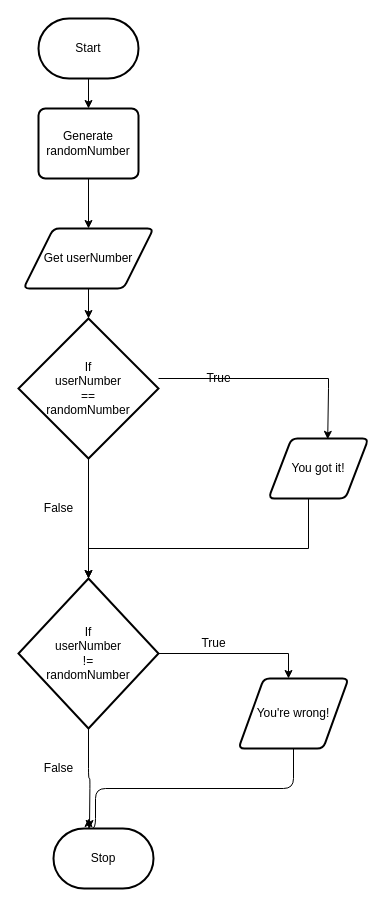
Earlier version of the draw.io diagram design/flowchart.drawio (MTHS-ICD2O-1-2023/ICD2O-Unit-5-01-fetuha-gebremekeal). Source tidied: cells renumbered, new cells numbered last; positions are measured from the earlier drawing's top-left corner, leaving out a move shared by most shapes. Both pictures are drawn from the tidied source at 100%, with x=0, y=0 at pixel (18, 18).
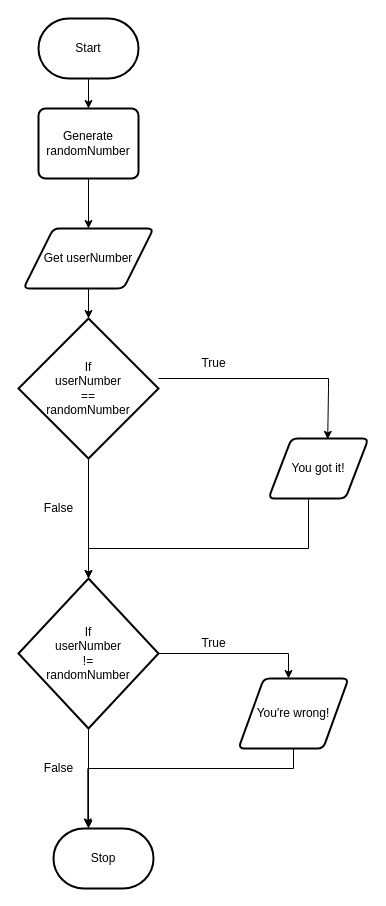
The same diagram, later.

Unchanged cells that the change refers to:
```xml
<mxCell id="4" value="Stop" style="strokeWidth=2;html=1;shape=mxgraph.flowchart.terminator;whiteSpace=wrap;" parent="1" vertex="1">
  <mxGeometry x="35" y="810" width="100" height="60" as="geometry" />
</mxCell>
<mxCell id="17" value="If&lt;br&gt;userNumber&lt;br&gt;!=&lt;br&gt;randomNumber" style="strokeWidth=2;html=1;shape=mxgraph.flowchart.decision;whiteSpace=wrap;" parent="1" vertex="1">
  <mxGeometry y="560" width="140" height="150" as="geometry" />
</mxCell>
<mxCell id="20" value="You're wrong!" style="shape=parallelogram;html=1;strokeWidth=2;perimeter=parallelogramPerimeter;whiteSpace=wrap;rounded=1;arcSize=12;size=0.23;fontFamily=Helvetica;fontSize=12;fontColor=default;fillColor=none;gradientColor=none;" parent="1" vertex="1">
  <mxGeometry x="220" y="660" width="110" height="70" as="geometry" />
</mxCell>
```

The edit, as a diff of the source:
```diff
@@
     <mxCell id="14" value="True" style="text;html=1;align=center;verticalAlign=middle;strokeColor=none;fillColor=none;" parent="1" vertex="1">
-      <mxGeometry x="175" y="345" width="50" height="30" as="geometry" />
+      <mxGeometry x="170" y="330" width="50" height="30" as="geometry" />
     </mxCell>
@@
-    <mxCell id="16" style="edgeStyle=orthogonalEdgeStyle;shape=connector;rounded=1;html=1;labelBackgroundColor=default;strokeColor=default;fontFamily=Helvetica;fontSize=12;fontColor=default;endArrow=classic;" parent="1" edge="1" source="17">
-      <mxGeometry relative="1" as="geometry">
-        <mxPoint x="71" y="810" as="targetPoint" />
-      </mxGeometry>
-    </mxCell>
+    <mxCell id="23" style="edgeStyle=none;html=1;" parent="1" edge="1" source="17">
+      <mxGeometry relative="1" as="geometry">
+        <mxPoint x="70" y="810" as="targetPoint" />
+      </mxGeometry>
+    </mxCell>
@@
-    <mxCell id="19" style="edgeStyle=orthogonalEdgeStyle;shape=connector;rounded=1;html=1;labelBackgroundColor=default;strokeColor=default;fontFamily=Helvetica;fontSize=12;fontColor=default;endArrow=classic;" parent="1" edge="1" source="20">
-      <mxGeometry relative="1" as="geometry">
-        <mxPoint x="70" y="800" as="targetPoint" />
-        <Array as="points">
-          <mxPoint x="275" y="770" />
-          <mxPoint x="77" y="770" />
-          <mxPoint x="77" y="810" />
-          <mxPoint x="70" y="810" />
-        </Array>
-      </mxGeometry>
-    </mxCell>
+    <mxCell id="24" style="edgeStyle=orthogonalEdgeStyle;shape=connector;rounded=0;html=1;entryX=0.343;entryY=-0.027;entryDx=0;entryDy=0;entryPerimeter=0;labelBackgroundColor=default;strokeColor=default;fontFamily=Helvetica;fontSize=11;fontColor=default;endArrow=classic;" parent="1" edge="1" source="20" target="4">
+      <mxGeometry relative="1" as="geometry">
+        <Array as="points">
+          <mxPoint x="275" y="750" />
+          <mxPoint x="69" y="750" />
+        </Array>
+      </mxGeometry>
+    </mxCell>
```
